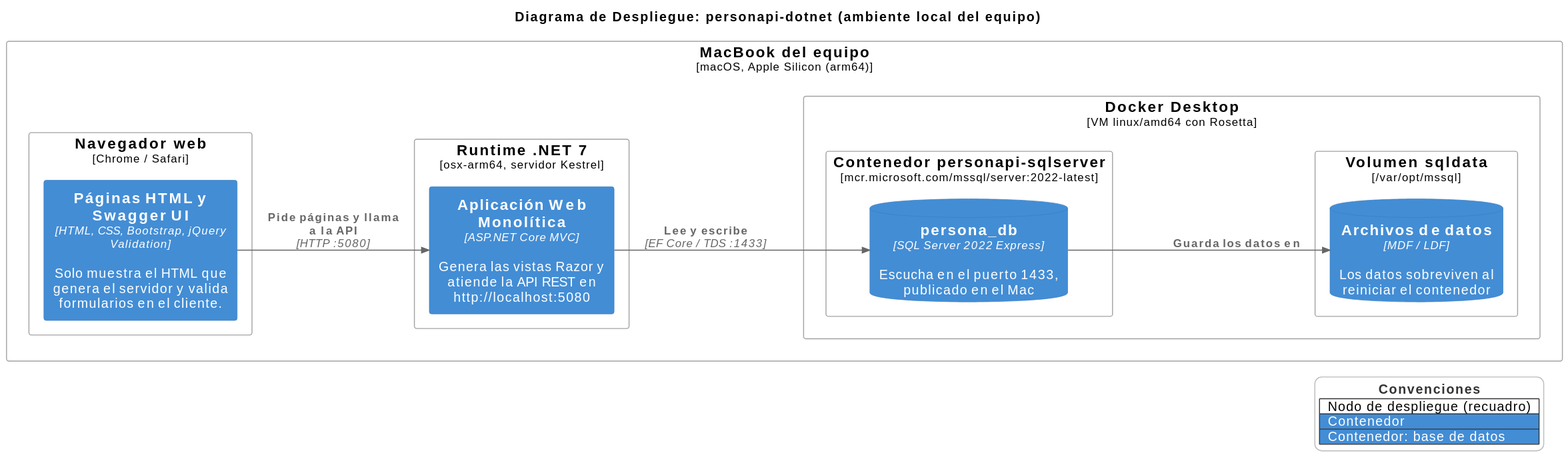
The PlantUML diagram docs/diagramas/07_despliegue.svg in joseval29/personapi-dotnet, before a commit. The source it was exported from:
```plantuml
@startuml
!include https://raw.githubusercontent.com/plantuml-stdlib/C4-PlantUML/v2.10.0/C4_Deployment.puml
LAYOUT_LEFT_RIGHT()
hide stereotype
title Diagrama de Despliegue: personapi-dotnet (ambiente local del equipo)

Deployment_Node(mac, "MacBook del equipo", "macOS, Apple Silicon (arm64)") {
  Deployment_Node(browser, "Navegador web", "Chrome / Safari") {
    Container(ui, "Páginas HTML y Swagger UI", "HTML, CSS, Bootstrap, jQuery Validation", "Solo muestra el HTML que genera el servidor y valida formularios en el cliente.")
  }
  Deployment_Node(runtime, "Runtime .NET 7", "osx-arm64, servidor Kestrel") {
    Container(webapp, "Aplicación Web Monolítica", "ASP.NET Core MVC", "Genera las vistas Razor y atiende la API REST en http://localhost:5080")
  }
  Deployment_Node(docker, "Docker Desktop", "VM linux/amd64 con Rosetta") {
    Deployment_Node(cont, "Contenedor personapi-sqlserver", "mcr.microsoft.com/mssql/server:2022-latest") {
      ContainerDb(db, "persona_db", "SQL Server 2022 Express", "Escucha en el puerto 1433, publicado en el Mac")
    }
    Deployment_Node(vol, "Volumen sqldata", "/var/opt/mssql") {
      ContainerDb(files, "Archivos de datos", "MDF / LDF", "Los datos sobreviven al reiniciar el contenedor")
    }
  }
}

Rel(ui, webapp, "Pide páginas y llama a la API", "HTTP :5080")
Rel(webapp, db, "Lee y escribe", "EF Core / TDS :1433")
Rel(db, files, "Guarda los datos en")
skinparam LegendFontColor #333333
skinparam LegendBackgroundColor #FFFFFF
skinparam LegendBorderColor #BBBBBB
legend right
<b>Convenciones</b>
|<#FFFFFF> <color:#000000> Nodo de despliegue (recuadro) </color> |
|<#438DD5> <color:#FFFFFF> Contenedor </color> |
|<#438DD5> <color:#FFFFFF> Contenedor: base de datos </color> |
endlegend
@enduml
```
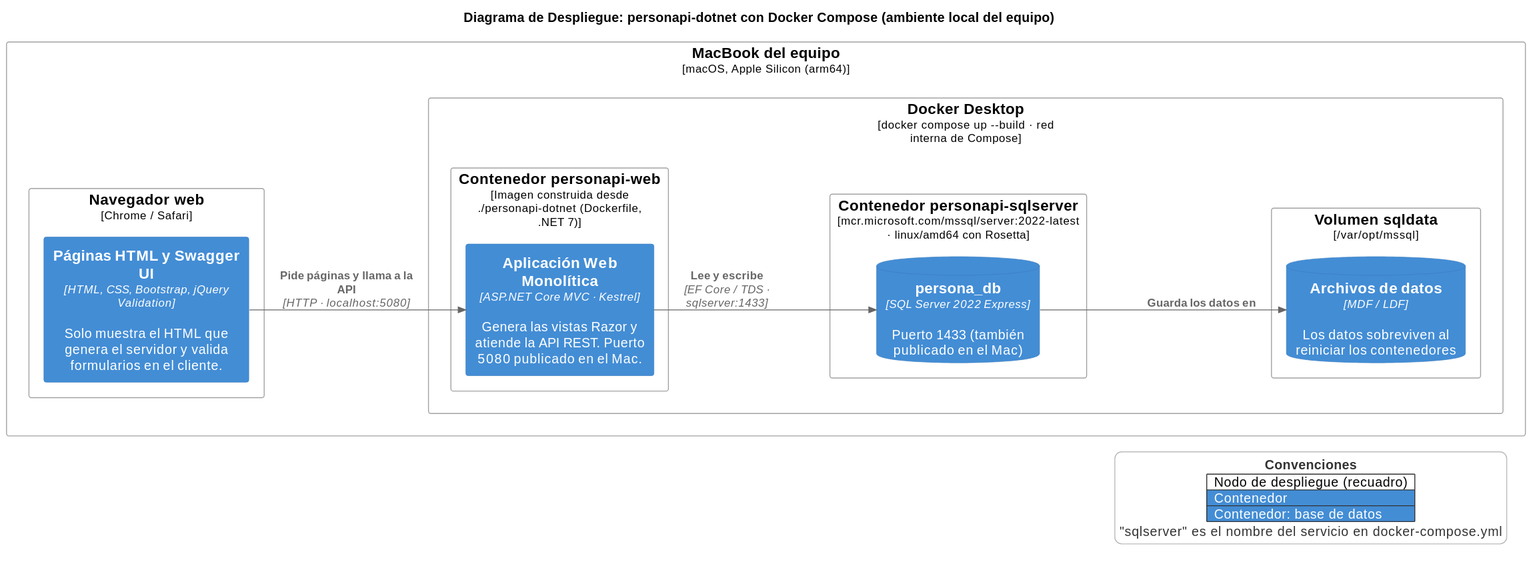
The same diagram one commit later.

Diff of the diagram source:
```diff
@@ -2,28 +2,29 @@
 !include https://raw.githubusercontent.com/plantuml-stdlib/C4-PlantUML/v2.10.0/C4_Deployment.puml
 LAYOUT_LEFT_RIGHT()
 hide stereotype
-title Diagrama de Despliegue: personapi-dotnet (ambiente local del equipo)
+title Diagrama de Despliegue: personapi-dotnet con Docker Compose (ambiente local del equipo)
 
 Deployment_Node(mac, "MacBook del equipo", "macOS, Apple Silicon (arm64)") {
   Deployment_Node(browser, "Navegador web", "Chrome / Safari") {
-    Container(ui, "Páginas HTML y Swagger UI", "HTML, CSS, Bootstrap, jQuery Validation", "Solo muestra el HTML que genera el servidor y valida formularios en el cliente.")
+    Container(html, "Páginas HTML y Swagger UI", "HTML, CSS, Bootstrap, jQuery Validation", "Solo muestra el HTML que genera el servidor y valida formularios en el cliente.")
   }
-  Deployment_Node(runtime, "Runtime .NET 7", "osx-arm64, servidor Kestrel") {
-    Container(webapp, "Aplicación Web Monolítica", "ASP.NET Core MVC", "Genera las vistas Razor y atiende la API REST en http://localhost:5080")
-  }
-  Deployment_Node(docker, "Docker Desktop", "VM linux/amd64 con Rosetta") {
-    Deployment_Node(cont, "Contenedor personapi-sqlserver", "mcr.microsoft.com/mssql/server:2022-latest") {
-      ContainerDb(db, "persona_db", "SQL Server 2022 Express", "Escucha en el puerto 1433, publicado en el Mac")
+  Deployment_Node(docker, "Docker Desktop", "docker compose up --build · red interna de Compose") {
+    Deployment_Node(web, "Contenedor personapi-web", "Imagen construida desde ./personapi-dotnet (Dockerfile, .NET 7)") {
+      Container(webapp, "Aplicación Web Monolítica", "ASP.NET Core MVC · Kestrel", "Genera las vistas Razor y atiende la API REST. Puerto 5080 publicado en el Mac.")
+    }
+    Deployment_Node(cont, "Contenedor personapi-sqlserver", "mcr.microsoft.com/mssql/server:2022-latest · linux/amd64 con Rosetta") {
+      ContainerDb(db, "persona_db", "SQL Server 2022 Express", "Puerto 1433 (también publicado en el Mac)")
     }
     Deployment_Node(vol, "Volumen sqldata", "/var/opt/mssql") {
-      ContainerDb(files, "Archivos de datos", "MDF / LDF", "Los datos sobreviven al reiniciar el contenedor")
+      ContainerDb(files, "Archivos de datos", "MDF / LDF", "Los datos sobreviven al reiniciar los contenedores")
     }
   }
 }
 
-Rel(ui, webapp, "Pide páginas y llama a la API", "HTTP :5080")
-Rel(webapp, db, "Lee y escribe", "EF Core / TDS :1433")
+Rel(html, webapp, "Pide páginas y llama a la API", "HTTP · localhost:5080")
+Rel(webapp, db, "Lee y escribe", "EF Core / TDS · sqlserver:1433")
 Rel(db, files, "Guarda los datos en")
+
 skinparam LegendFontColor #333333
 skinparam LegendBackgroundColor #FFFFFF
 skinparam LegendBorderColor #BBBBBB
@@ -32,5 +33,6 @@
 |<#FFFFFF> <color:#000000> Nodo de despliegue (recuadro) </color> |
 |<#438DD5> <color:#FFFFFF> Contenedor </color> |
 |<#438DD5> <color:#FFFFFF> Contenedor: base de datos </color> |
+"sqlserver" es el nombre del servicio en docker-compose.yml
 endlegend
 @enduml
```
